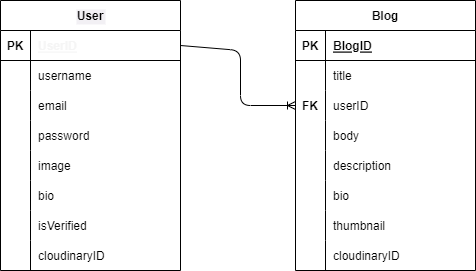
Before: docs/schema-design.png, a diagram exported from draw.io (Ajitpatil92002/Blog-Minia). Source tidied: cells renumbered, new cells last; positions are measured from the earlier drawing's top-left corner, leaving out a move shared by most shapes.
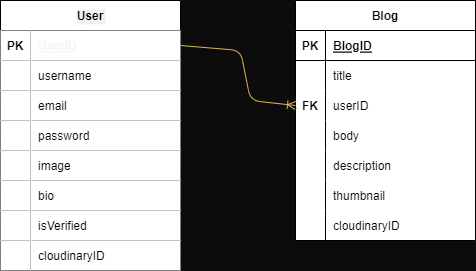
Later version of the same file.

The edit, as a diff of the source:
```diff
@@ -1,4 +1,4 @@
-<mxGraphModel>
+<mxGraphModel background="#0d0c0c">
   <root>
     <mxCell id="0" />
     <mxCell id="1" parent="0" />
@@ -8,77 +8,77 @@
     <mxCell id="3" style="shape=tableRow;horizontal=0;startSize=0;swimlaneHead=0;swimlaneBody=0;fillColor=none;points=[[0,0.5],[1,0.5]];portConstraint=eastwest;top=0;left=0;right=0;bottom=1;labelBackgroundColor=default;" parent="2" vertex="1">
       <mxGeometry y="30" width="180" height="30" as="geometry" />
     </mxCell>
-    <mxCell id="4" value="PK" style="shape=partialRectangle;fillColor=none;top=0;left=0;bottom=0;right=0;fontStyle=1;overflow=hidden;" parent="3" vertex="1">
+    <mxCell id="4" value="PK" style="shape=partialRectangle;fillColor=default;top=0;left=0;bottom=0;right=0;fontStyle=1;overflow=hidden;" parent="3" vertex="1">
       <mxGeometry width="30" height="30" as="geometry" />
     </mxCell>
-    <mxCell id="5" value="UserID" style="shape=partialRectangle;fillColor=none;top=0;left=0;bottom=0;right=0;align=left;spacingLeft=6;fontStyle=5;overflow=hidden;labelBackgroundColor=default;fontColor=#f5f5f5;" parent="3" vertex="1">
+    <mxCell id="5" value="UserID" style="shape=partialRectangle;fillColor=default;top=0;left=0;bottom=0;right=0;align=left;spacingLeft=6;fontStyle=5;overflow=hidden;labelBackgroundColor=default;fontColor=#f5f5f5;" parent="3" vertex="1">
       <mxGeometry x="30" width="150" height="30" as="geometry" />
     </mxCell>
     <mxCell id="6" style="shape=tableRow;horizontal=0;startSize=0;swimlaneHead=0;swimlaneBody=0;fillColor=none;top=0;left=0;right=0;bottom=0;" parent="2" vertex="1">
       <mxGeometry y="60" width="180" height="30" as="geometry" />
     </mxCell>
-    <mxCell id="7" style="shape=partialRectangle;fillColor=none;top=0;left=0;bottom=0;right=0;overflow=hidden;" parent="6" vertex="1">
+    <mxCell id="7" style="shape=partialRectangle;fillColor=default;top=0;left=0;bottom=0;right=0;overflow=hidden;" parent="6" vertex="1">
       <mxGeometry width="30" height="30" as="geometry" />
     </mxCell>
-    <mxCell id="8" value="username" style="shape=partialRectangle;fillColor=none;top=0;left=0;bottom=0;right=0;align=left;spacingLeft=6;overflow=hidden;" parent="6" vertex="1">
+    <mxCell id="8" value="username" style="shape=partialRectangle;fillColor=default;top=0;left=0;bottom=0;right=0;align=left;spacingLeft=6;overflow=hidden;" parent="6" vertex="1">
       <mxGeometry x="30" width="150" height="30" as="geometry" />
     </mxCell>
     <mxCell id="9" style="shape=tableRow;horizontal=0;startSize=0;swimlaneHead=0;swimlaneBody=0;fillColor=none;top=0;left=0;right=0;bottom=0;" parent="2" vertex="1">
       <mxGeometry y="90" width="180" height="30" as="geometry" />
     </mxCell>
-    <mxCell id="10" style="shape=partialRectangle;fillColor=none;top=0;left=0;bottom=0;right=0;overflow=hidden;" parent="9" vertex="1">
+    <mxCell id="10" style="shape=partialRectangle;fillColor=default;top=0;left=0;bottom=0;right=0;overflow=hidden;" parent="9" vertex="1">
       <mxGeometry width="30" height="30" as="geometry" />
     </mxCell>
-    <mxCell id="11" value="email" style="shape=partialRectangle;fillColor=none;top=0;left=0;bottom=0;right=0;align=left;spacingLeft=6;overflow=hidden;" parent="9" vertex="1">
+    <mxCell id="11" value="email" style="shape=partialRectangle;fillColor=default;top=0;left=0;bottom=0;right=0;align=left;spacingLeft=6;overflow=hidden;" parent="9" vertex="1">
       <mxGeometry x="30" width="150" height="30" as="geometry" />
     </mxCell>
     <mxCell id="12" style="shape=tableRow;horizontal=0;startSize=0;swimlaneHead=0;swimlaneBody=0;fillColor=none;top=0;left=0;right=0;bottom=0;" parent="2" vertex="1">
       <mxGeometry y="120" width="180" height="30" as="geometry" />
     </mxCell>
-    <mxCell id="13" style="shape=partialRectangle;fillColor=none;top=0;left=0;bottom=0;right=0;overflow=hidden;" parent="12" vertex="1">
+    <mxCell id="13" style="shape=partialRectangle;fillColor=default;top=0;left=0;bottom=0;right=0;overflow=hidden;" parent="12" vertex="1">
       <mxGeometry width="30" height="30" as="geometry" />
     </mxCell>
-    <mxCell id="14" value="password" style="shape=partialRectangle;fillColor=none;top=0;left=0;bottom=0;right=0;align=left;spacingLeft=6;overflow=hidden;" parent="12" vertex="1">
+    <mxCell id="14" value="password" style="shape=partialRectangle;fillColor=default;top=0;left=0;bottom=0;right=0;align=left;spacingLeft=6;overflow=hidden;" parent="12" vertex="1">
       <mxGeometry x="30" width="150" height="30" as="geometry" />
     </mxCell>
     <mxCell id="15" style="shape=tableRow;horizontal=0;startSize=0;swimlaneHead=0;swimlaneBody=0;fillColor=none;top=0;left=0;right=0;bottom=0;" parent="2" vertex="1">
       <mxGeometry y="150" width="180" height="30" as="geometry" />
     </mxCell>
-    <mxCell id="16" style="shape=partialRectangle;fillColor=none;top=0;left=0;bottom=0;right=0;overflow=hidden;" parent="15" vertex="1">
+    <mxCell id="16" style="shape=partialRectangle;fillColor=default;top=0;left=0;bottom=0;right=0;overflow=hidden;" parent="15" vertex="1">
       <mxGeometry width="30" height="30" as="geometry" />
     </mxCell>
-    <mxCell id="17" value="image" style="shape=partialRectangle;fillColor=none;top=0;left=0;bottom=0;right=0;align=left;spacingLeft=6;overflow=hidden;" parent="15" vertex="1">
+    <mxCell id="17" value="image" style="shape=partialRectangle;fillColor=default;top=0;left=0;bottom=0;right=0;align=left;spacingLeft=6;overflow=hidden;" parent="15" vertex="1">
       <mxGeometry x="30" width="150" height="30" as="geometry" />
     </mxCell>
     <mxCell id="18" style="shape=tableRow;horizontal=0;startSize=0;swimlaneHead=0;swimlaneBody=0;fillColor=none;top=0;left=0;right=0;bottom=0;" parent="2" vertex="1">
       <mxGeometry y="180" width="180" height="30" as="geometry" />
     </mxCell>
-    <mxCell id="19" style="shape=partialRectangle;fillColor=none;top=0;left=0;bottom=0;right=0;overflow=hidden;" parent="18" vertex="1">
+    <mxCell id="19" style="shape=partialRectangle;fillColor=default;top=0;left=0;bottom=0;right=0;overflow=hidden;" parent="18" vertex="1">
       <mxGeometry width="30" height="30" as="geometry" />
     </mxCell>
-    <mxCell id="20" value="bio" style="shape=partialRectangle;fillColor=none;top=0;left=0;bottom=0;right=0;align=left;spacingLeft=6;overflow=hidden;" parent="18" vertex="1">
+    <mxCell id="20" value="bio" style="shape=partialRectangle;fillColor=default;top=0;left=0;bottom=0;right=0;align=left;spacingLeft=6;overflow=hidden;" parent="18" vertex="1">
       <mxGeometry x="30" width="150" height="30" as="geometry" />
     </mxCell>
     <mxCell id="21" style="shape=tableRow;horizontal=0;startSize=0;swimlaneHead=0;swimlaneBody=0;fillColor=none;top=0;left=0;right=0;bottom=0;" parent="2" vertex="1">
       <mxGeometry y="210" width="180" height="30" as="geometry" />
     </mxCell>
-    <mxCell id="22" style="shape=partialRectangle;fillColor=none;top=0;left=0;bottom=0;right=0;overflow=hidden;" parent="21" vertex="1">
+    <mxCell id="22" style="shape=partialRectangle;fillColor=default;top=0;left=0;bottom=0;right=0;overflow=hidden;" parent="21" vertex="1">
       <mxGeometry width="30" height="30" as="geometry" />
     </mxCell>
-    <mxCell id="23" value="isVerified" style="shape=partialRectangle;fillColor=none;top=0;left=0;bottom=0;right=0;align=left;spacingLeft=6;overflow=hidden;" parent="21" vertex="1">
+    <mxCell id="23" value="isVerified" style="shape=partialRectangle;fillColor=default;top=0;left=0;bottom=0;right=0;align=left;spacingLeft=6;overflow=hidden;" parent="21" vertex="1">
       <mxGeometry x="30" width="150" height="30" as="geometry" />
     </mxCell>
     <mxCell id="24" style="shape=tableRow;horizontal=0;startSize=0;swimlaneHead=0;swimlaneBody=0;fillColor=none;top=0;left=0;right=0;bottom=0;" parent="2" vertex="1">
       <mxGeometry y="240" width="180" height="30" as="geometry" />
     </mxCell>
-    <mxCell id="25" style="shape=partialRectangle;fillColor=none;top=0;left=0;bottom=0;right=0;overflow=hidden;" parent="24" vertex="1">
+    <mxCell id="25" style="shape=partialRectangle;fillColor=default;top=0;left=0;bottom=0;right=0;overflow=hidden;" parent="24" vertex="1">
       <mxGeometry width="30" height="30" as="geometry" />
     </mxCell>
-    <mxCell id="26" value="cloudinaryID" style="shape=partialRectangle;fillColor=none;top=0;left=0;bottom=0;right=0;align=left;spacingLeft=6;overflow=hidden;" parent="24" vertex="1">
+    <mxCell id="26" value="cloudinaryID" style="shape=partialRectangle;fillColor=default;top=0;left=0;bottom=0;right=0;align=left;spacingLeft=6;overflow=hidden;" parent="24" vertex="1">
       <mxGeometry x="30" width="150" height="30" as="geometry" />
     </mxCell>
-    <mxCell id="27" value="Blog" style="shape=table;startSize=30;rowLines=0;fontStyle=1;align=center;labelBackgroundColor=#FFFFFF;fontColor=#000000;" parent="1" vertex="1">
-      <mxGeometry x="295" width="180" height="270" as="geometry" />
+    <mxCell id="27" value="Blog" style="shape=table;startSize=30;rowLines=0;fontStyle=1;align=center;labelBackgroundColor=#FFFFFF;fontColor=#000000;swimlaneFillColor=default;" parent="1" vertex="1">
+      <mxGeometry x="295" width="180" height="240" as="geometry" />
     </mxCell>
     <mxCell id="28" style="shape=tableRow;horizontal=0;startSize=0;swimlaneHead=0;swimlaneBody=0;fillColor=none;top=0;left=0;right=0;bottom=1;" parent="27" vertex="1">
       <mxGeometry y="30" width="180" height="30" as="geometry" />
@@ -125,17 +125,8 @@
     <mxCell id="42" value="description" style="shape=partialRectangle;fillColor=none;top=0;left=0;bottom=0;right=0;align=left;spacingLeft=6;overflow=hidden;" parent="40" vertex="1">
       <mxGeometry x="30" width="150" height="30" as="geometry" />
     </mxCell>
-    <mxCell id="43" style="shape=tableRow;horizontal=0;startSize=0;swimlaneHead=0;swimlaneBody=0;fillColor=none;top=0;left=0;right=0;bottom=0;" parent="27" vertex="1">
-      <mxGeometry y="180" width="180" height="30" as="geometry" />
-    </mxCell>
-    <mxCell id="44" style="shape=partialRectangle;fillColor=none;top=0;left=0;bottom=0;right=0;overflow=hidden;" parent="43" vertex="1">
-      <mxGeometry width="30" height="30" as="geometry" />
-    </mxCell>
-    <mxCell id="45" value="bio" style="shape=partialRectangle;fillColor=none;top=0;left=0;bottom=0;right=0;align=left;spacingLeft=6;overflow=hidden;" parent="43" vertex="1">
-      <mxGeometry x="30" width="150" height="30" as="geometry" />
-    </mxCell>
     <mxCell id="46" style="shape=tableRow;horizontal=0;startSize=0;swimlaneHead=0;swimlaneBody=0;fillColor=none;top=0;left=0;right=0;bottom=0;" parent="27" vertex="1">
-      <mxGeometry y="210" width="180" height="30" as="geometry" />
+      <mxGeometry y="180" width="180" height="30" as="geometry" />
     </mxCell>
     <mxCell id="47" style="shape=partialRectangle;fillColor=none;top=0;left=0;bottom=0;right=0;overflow=hidden;" parent="46" vertex="1">
       <mxGeometry width="30" height="30" as="geometry" />
@@ -144,7 +135,7 @@
       <mxGeometry x="30" width="150" height="30" as="geometry" />
     </mxCell>
     <mxCell id="49" style="shape=tableRow;horizontal=0;startSize=0;swimlaneHead=0;swimlaneBody=0;fillColor=none;top=0;left=0;right=0;bottom=0;" parent="27" vertex="1">
-      <mxGeometry y="240" width="180" height="30" as="geometry" />
+      <mxGeometry y="210" width="180" height="30" as="geometry" />
     </mxCell>
     <mxCell id="50" style="shape=partialRectangle;fillColor=none;top=0;left=0;bottom=0;right=0;overflow=hidden;" parent="49" vertex="1">
       <mxGeometry width="30" height="30" as="geometry" />
@@ -152,11 +143,11 @@
     <mxCell id="51" value="cloudinaryID" style="shape=partialRectangle;fillColor=none;top=0;left=0;bottom=0;right=0;align=left;spacingLeft=6;overflow=hidden;" parent="49" vertex="1">
       <mxGeometry x="30" width="150" height="30" as="geometry" />
     </mxCell>
-    <mxCell id="52" style="edgeStyle=none;html=1;exitX=1;exitY=0.5;exitDx=0;exitDy=0;entryX=0;entryY=0.5;entryDx=0;entryDy=0;endArrow=ERoneToMany;endFill=0;" parent="1" edge="1" source="3" target="34">
+    <mxCell id="52" style="edgeStyle=none;html=1;exitX=1;exitY=0.5;exitDx=0;exitDy=0;entryX=0;entryY=0.5;entryDx=0;entryDy=0;endArrow=ERoneToMany;endFill=0;shadow=1;fillColor=#fff2cc;strokeColor=#d6b656;" parent="1" edge="1" source="3" target="34">
       <mxGeometry relative="1" as="geometry">
         <Array as="points">
           <mxPoint x="240" y="50" />
-          <mxPoint x="240" y="105" />
+          <mxPoint x="250" y="100" />
         </Array>
       </mxGeometry>
     </mxCell>
```
